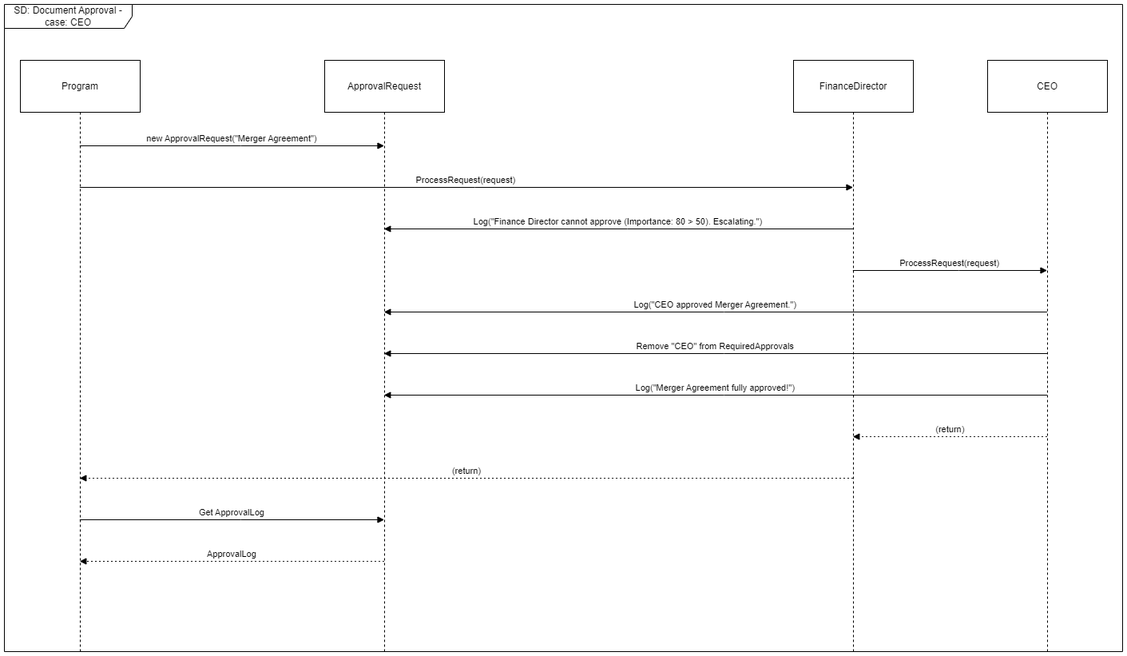
Before: Diagrams/Document Approval System SD.png, a diagram exported from draw.io (My-Roblox-Clan-69/SWD-Handin). Source tidied: cells renumbered, new cells last; positions are measured from the earlier drawing's top-left corner, leaving out a move shared by most shapes.
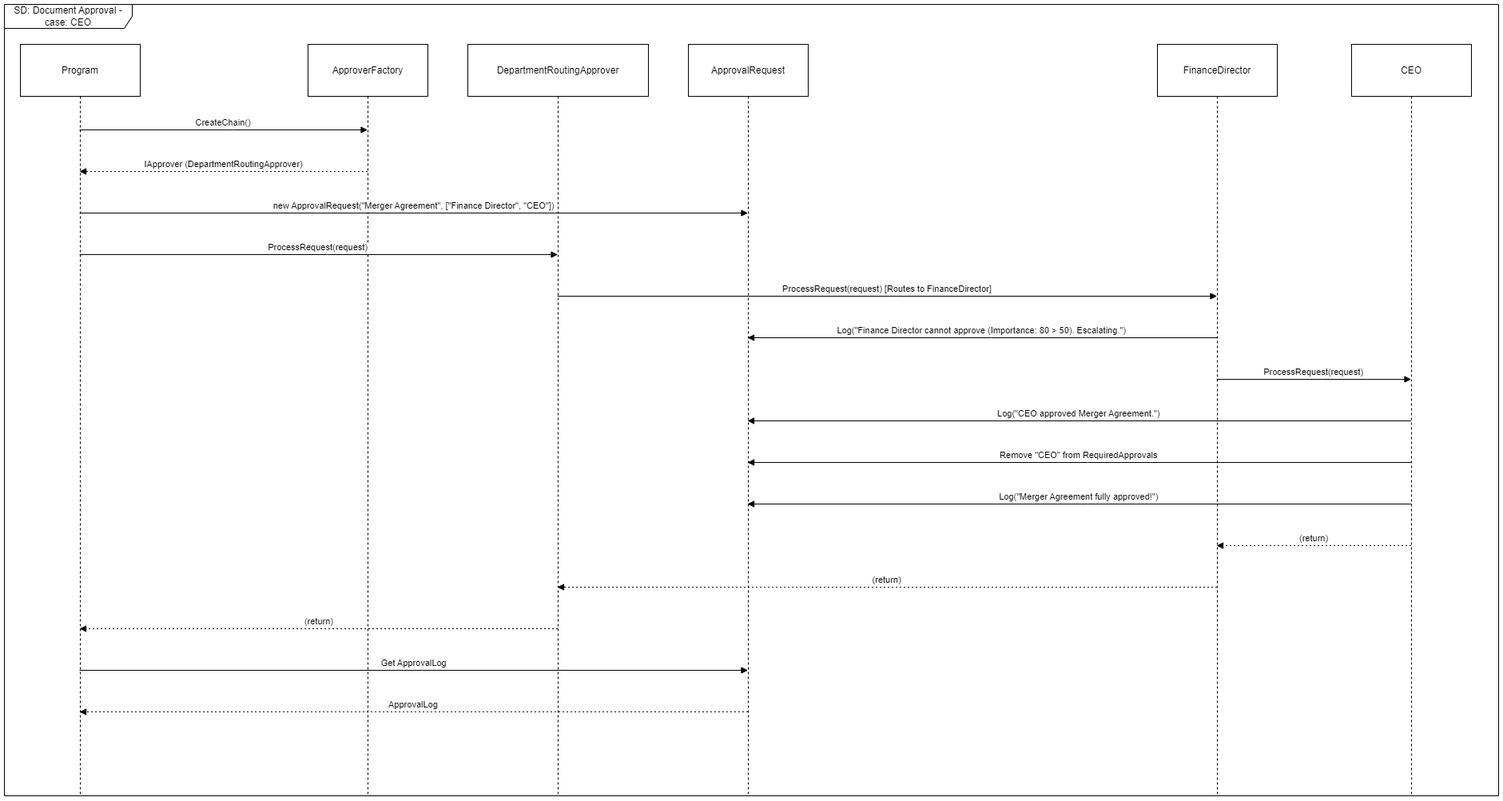
The same diagram one commit later.

What changed in the source:
```diff
@@ -2,97 +2,131 @@
   <root>
     <mxCell id="0" />
     <mxCell id="1" parent="0" />
+    <mxCell id="17" value="SD: Document Approval - case: CEO" style="shape=umlFrame;whiteSpace=wrap;html=1;width=160;height=30;" parent="1" vertex="1">
+      <mxGeometry x="-455" y="20" width="1870" height="990" as="geometry" />
+    </mxCell>
     <mxCell id="2" value="Program" style="shape=umlLifeline;perimeter=lifelinePerimeter;whiteSpace=wrap;outlineConnect=0;portConstraint=eastwest;newEdgeStyle={&quot;edgeStyle&quot;:&quot;elbowEdgeStyle&quot;,&quot;elbow&quot;:&quot;vertical&quot;,&quot;curved&quot;:0,&quot;rounded&quot;:0};size=65;" parent="1" vertex="1">
-      <mxGeometry x="20" y="70" width="150" height="740" as="geometry" />
+      <mxGeometry x="-435" y="70" width="150" height="940" as="geometry" />
     </mxCell>
+    <mxCell id="18" value="ApproverFactory" style="shape=umlLifeline;perimeter=lifelinePerimeter;whiteSpace=wrap;outlineConnect=0;portConstraint=eastwest;newEdgeStyle={&quot;edgeStyle&quot;:&quot;elbowEdgeStyle&quot;,&quot;elbow&quot;:&quot;vertical&quot;,&quot;curved&quot;:0,&quot;rounded&quot;:0};size=65;" parent="1" vertex="1">
+      <mxGeometry x="-75" y="70" width="150" height="940" as="geometry" />
+    </mxCell>
+    <mxCell id="19" value="DepartmentRoutingApprover" style="shape=umlLifeline;perimeter=lifelinePerimeter;whiteSpace=wrap;outlineConnect=0;portConstraint=eastwest;newEdgeStyle={&quot;edgeStyle&quot;:&quot;elbowEdgeStyle&quot;,&quot;elbow&quot;:&quot;vertical&quot;,&quot;curved&quot;:0,&quot;rounded&quot;:0};size=65;" parent="1" vertex="1">
+      <mxGeometry x="125" y="70" width="226" height="940" as="geometry" />
+    </mxCell>
     <mxCell id="3" value="ApprovalRequest" style="shape=umlLifeline;perimeter=lifelinePerimeter;whiteSpace=wrap;outlineConnect=0;portConstraint=eastwest;newEdgeStyle={&quot;edgeStyle&quot;:&quot;elbowEdgeStyle&quot;,&quot;elbow&quot;:&quot;vertical&quot;,&quot;curved&quot;:0,&quot;rounded&quot;:0};size=65;" parent="1" vertex="1">
-      <mxGeometry x="401" y="70" width="150" height="740" as="geometry" />
+      <mxGeometry x="401" y="70" width="150" height="940" as="geometry" />
     </mxCell>
     <mxCell id="4" value="FinanceDirector" style="shape=umlLifeline;perimeter=lifelinePerimeter;whiteSpace=wrap;outlineConnect=0;portConstraint=eastwest;newEdgeStyle={&quot;edgeStyle&quot;:&quot;elbowEdgeStyle&quot;,&quot;elbow&quot;:&quot;vertical&quot;,&quot;curved&quot;:0,&quot;rounded&quot;:0};size=65;" parent="1" vertex="1">
-      <mxGeometry x="988" y="70" width="150" height="740" as="geometry" />
+      <mxGeometry x="988" y="70" width="150" height="940" as="geometry" />
     </mxCell>
     <mxCell id="5" value="CEO" style="shape=umlLifeline;perimeter=lifelinePerimeter;whiteSpace=wrap;outlineConnect=0;portConstraint=eastwest;newEdgeStyle={&quot;edgeStyle&quot;:&quot;elbowEdgeStyle&quot;,&quot;elbow&quot;:&quot;vertical&quot;,&quot;curved&quot;:0,&quot;rounded&quot;:0};size=65;" parent="1" vertex="1">
-      <mxGeometry x="1231" y="70" width="150" height="740" as="geometry" />
+      <mxGeometry x="1231" y="70" width="150" height="940" as="geometry" />
     </mxCell>
+    <mxCell id="20" value="CreateChain()" style="verticalAlign=bottom;endArrow=block;edgeStyle=elbowEdgeStyle;elbow=vertical;curved=0;rounded=0;" parent="1" edge="1" source="2" target="18">
+      <mxGeometry relative="1" as="geometry">
+        <Array as="points">
+          <mxPoint x="-170" y="177" />
+        </Array>
+      </mxGeometry>
+    </mxCell>
+    <mxCell id="21" value="IApprover (DepartmentRoutingApprover)" style="verticalAlign=bottom;endArrow=block;edgeStyle=elbowEdgeStyle;elbow=vertical;curved=0;rounded=0;dashed=1;dashPattern=2 3;" parent="1" edge="1" source="18" target="2">
+      <mxGeometry relative="1" as="geometry">
+        <Array as="points">
+          <mxPoint x="-170" y="229" />
+        </Array>
+      </mxGeometry>
+    </mxCell>
-    <mxCell id="6" value="new ApprovalRequest(&quot;Merger Agreement&quot;)" style="verticalAlign=bottom;endArrow=block;edgeStyle=elbowEdgeStyle;elbow=vertical;curved=0;rounded=0;" parent="1" edge="1" source="2" target="3">
+    <mxCell id="6" value="new ApprovalRequest(&quot;Merger Agreement&quot;, [&quot;Finance Director&quot;, &quot;CEO&quot;])" style="verticalAlign=bottom;endArrow=block;edgeStyle=elbowEdgeStyle;elbow=vertical;curved=0;rounded=0;" parent="1" edge="1" source="2" target="3">
       <mxGeometry relative="1" as="geometry">
         <Array as="points">
-          <mxPoint x="296" y="177" />
+          <mxPoint x="68" y="281" />
         </Array>
       </mxGeometry>
     </mxCell>
-    <mxCell id="7" value="ProcessRequest(request)" style="verticalAlign=bottom;endArrow=block;edgeStyle=elbowEdgeStyle;elbow=vertical;curved=0;rounded=0;" parent="1" edge="1" source="2" target="4">
-      <mxGeometry relative="1" as="geometry">
-        <Array as="points">
-          <mxPoint x="589" y="229" />
-        </Array>
-      </mxGeometry>
-    </mxCell>
+    <mxCell id="22" value="ProcessRequest(request)" style="verticalAlign=bottom;endArrow=block;edgeStyle=elbowEdgeStyle;elbow=vertical;curved=0;rounded=0;" parent="1" edge="1" source="2" target="19">
+      <mxGeometry relative="1" as="geometry">
+        <Array as="points">
+          <mxPoint x="-51" y="333" />
+        </Array>
+      </mxGeometry>
+    </mxCell>
+    <mxCell id="23" value="ProcessRequest(request) [Routes to FinanceDirector]" style="verticalAlign=bottom;endArrow=block;edgeStyle=elbowEdgeStyle;elbow=vertical;curved=0;rounded=0;" parent="1" edge="1" source="19" target="4">
+      <mxGeometry relative="1" as="geometry">
+        <Array as="points">
+          <mxPoint x="661" y="385" />
+        </Array>
+      </mxGeometry>
+    </mxCell>
     <mxCell id="8" value="Log(&quot;Finance Director cannot approve (Importance: 80 &gt; 50). Escalating.&quot;)" style="verticalAlign=bottom;endArrow=block;edgeStyle=elbowEdgeStyle;elbow=vertical;curved=0;rounded=0;" parent="1" edge="1" source="4" target="3">
       <mxGeometry relative="1" as="geometry">
         <Array as="points">
-          <mxPoint x="780" y="281" />
+          <mxPoint x="780" y="437" />
         </Array>
       </mxGeometry>
     </mxCell>
     <mxCell id="9" value="ProcessRequest(request)" style="verticalAlign=bottom;endArrow=block;edgeStyle=elbowEdgeStyle;elbow=vertical;curved=0;rounded=0;" parent="1" edge="1" source="4" target="5">
       <mxGeometry relative="1" as="geometry">
         <Array as="points">
-          <mxPoint x="1195" y="333" />
+          <mxPoint x="1195" y="489" />
         </Array>
       </mxGeometry>
     </mxCell>
     <mxCell id="10" value="Log(&quot;CEO approved Merger Agreement.&quot;)" style="verticalAlign=bottom;endArrow=block;edgeStyle=elbowEdgeStyle;elbow=vertical;curved=0;rounded=0;" parent="1" edge="1" source="5" target="3">
       <mxGeometry relative="1" as="geometry">
         <Array as="points">
-          <mxPoint x="901" y="385" />
+          <mxPoint x="901" y="541" />
         </Array>
       </mxGeometry>
     </mxCell>
     <mxCell id="11" value="Remove &quot;CEO&quot; from RequiredApprovals" style="verticalAlign=bottom;endArrow=block;edgeStyle=elbowEdgeStyle;elbow=vertical;curved=0;rounded=0;" parent="1" edge="1" source="5" target="3">
       <mxGeometry relative="1" as="geometry">
         <Array as="points">
-          <mxPoint x="901" y="437" />
+          <mxPoint x="901" y="593" />
         </Array>
       </mxGeometry>
     </mxCell>
     <mxCell id="12" value="Log(&quot;Merger Agreement fully approved!&quot;)" style="verticalAlign=bottom;endArrow=block;edgeStyle=elbowEdgeStyle;elbow=vertical;curved=0;rounded=0;" parent="1" edge="1" source="5" target="3">
       <mxGeometry relative="1" as="geometry">
         <Array as="points">
-          <mxPoint x="901" y="489" />
+          <mxPoint x="901" y="645" />
         </Array>
       </mxGeometry>
     </mxCell>
     <mxCell id="13" value="(return)" style="verticalAlign=bottom;endArrow=block;edgeStyle=elbowEdgeStyle;elbow=vertical;curved=0;rounded=0;dashed=1;dashPattern=2 3;" parent="1" edge="1" source="5" target="4">
       <mxGeometry relative="1" as="geometry">
         <Array as="points">
-          <mxPoint x="1195" y="541" />
+          <mxPoint x="1195" y="697" />
         </Array>
       </mxGeometry>
     </mxCell>
-    <mxCell id="14" value="(return)" style="verticalAlign=bottom;endArrow=block;edgeStyle=elbowEdgeStyle;elbow=vertical;curved=0;rounded=0;dashed=1;dashPattern=2 3;" parent="1" edge="1" source="4" target="2">
-      <mxGeometry relative="1" as="geometry">
-        <Array as="points">
-          <mxPoint x="589" y="593" />
-        </Array>
-      </mxGeometry>
-    </mxCell>
+    <mxCell id="24" value="(return)" style="verticalAlign=bottom;endArrow=block;edgeStyle=elbowEdgeStyle;elbow=vertical;curved=0;rounded=0;dashed=1;dashPattern=2 3;" parent="1" edge="1" source="4" target="19">
+      <mxGeometry relative="1" as="geometry">
+        <Array as="points">
+          <mxPoint x="661" y="749" />
+        </Array>
+      </mxGeometry>
+    </mxCell>
+    <mxCell id="25" value="(return)" style="verticalAlign=bottom;endArrow=block;edgeStyle=elbowEdgeStyle;elbow=vertical;curved=0;rounded=0;dashed=1;dashPattern=2 3;" parent="1" edge="1" source="19" target="2">
+      <mxGeometry relative="1" as="geometry">
+        <Array as="points">
+          <mxPoint x="-51" y="801" />
+        </Array>
+      </mxGeometry>
+    </mxCell>
     <mxCell id="15" value="Get ApprovalLog" style="verticalAlign=bottom;endArrow=block;edgeStyle=elbowEdgeStyle;elbow=vertical;curved=0;rounded=0;" parent="1" edge="1" source="2" target="3">
       <mxGeometry relative="1" as="geometry">
         <Array as="points">
-          <mxPoint x="296" y="645" />
+          <mxPoint x="68" y="853" />
         </Array>
       </mxGeometry>
     </mxCell>
     <mxCell id="16" value="ApprovalLog" style="verticalAlign=bottom;endArrow=block;edgeStyle=elbowEdgeStyle;elbow=vertical;curved=0;rounded=0;dashed=1;dashPattern=2 3;" parent="1" edge="1" source="3" target="2">
       <mxGeometry relative="1" as="geometry">
         <Array as="points">
-          <mxPoint x="296" y="697" />
+          <mxPoint x="68" y="905" />
         </Array>
       </mxGeometry>
     </mxCell>
-    <mxCell id="17" value="SD: Document Approval - case: CEO" style="shape=umlFrame;whiteSpace=wrap;html=1;width=160;height=30;" parent="1" vertex="1">
-      <mxGeometry width="1400" height="810" as="geometry" />
-    </mxCell>
   </root>
 </mxGraphModel>
```
